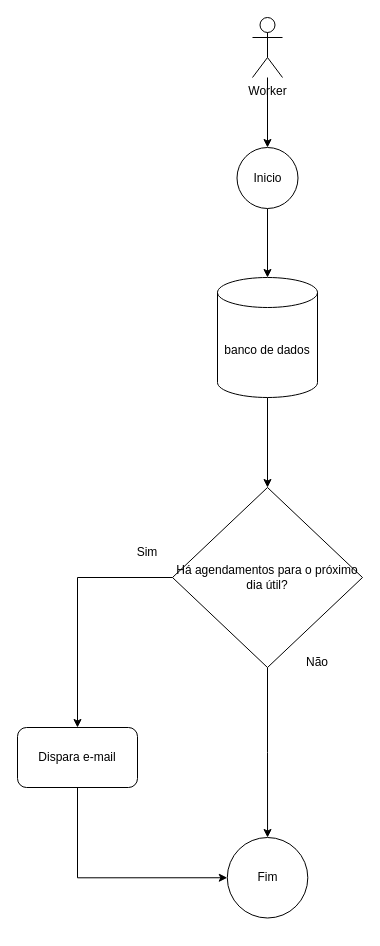
Above: Diagramas/Worker.drawio in ivofvilla/Hackaton.API (draw.io), before the change. Source tidied: cells renumbered, new cells numbered last; positions are measured from the earlier drawing's top-left corner, leaving out a move shared by most shapes. Both pictures are drawn from the tidied source at 100%, with x=0, y=0 at pixel (17, 17).
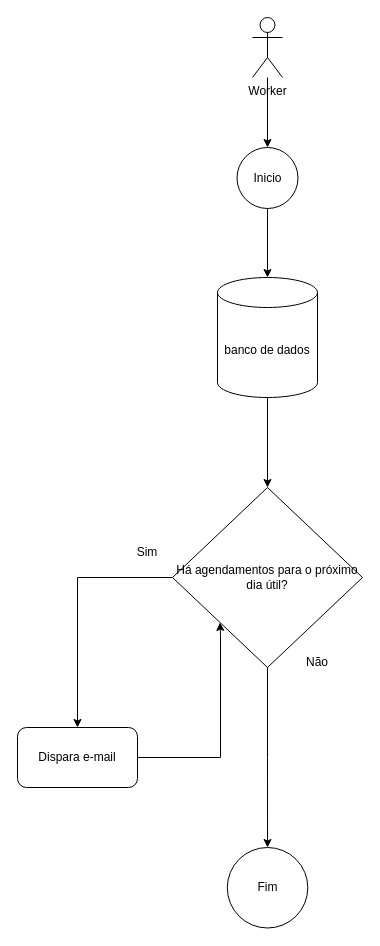
The same diagram, later.

Change to the diagram source:
```diff
@@
 <mxGraphModel>
   <root>
     <mxCell id="0" />
     <mxCell id="1" parent="0" />
     <mxCell id="2" style="edgeStyle=orthogonalEdgeStyle;rounded=0;jettySize=auto;html=1;" parent="1" edge="1" source="3" target="12">
       <mxGeometry relative="1" as="geometry" />
     </mxCell>
     <mxCell id="3" value="Worker" style="shape=umlActor;verticalLabelPosition=bottom;verticalAlign=top;html=1;outlineConnect=0;" parent="1" vertex="1">
       <mxGeometry x="235" width="30" height="60" as="geometry" />
     </mxCell>
     <mxCell id="4" style="edgeStyle=orthogonalEdgeStyle;rounded=0;jettySize=auto;html=1;" parent="1" edge="1" source="5" target="8">
       <mxGeometry relative="1" as="geometry" />
     </mxCell>
     <mxCell id="5" value="banco de dados" style="shape=cylinder3;whiteSpace=wrap;html=1;boundedLbl=1;backgroundOutline=1;size=15;" parent="1" vertex="1">
       <mxGeometry x="200" y="260" width="100" height="120" as="geometry" />
     </mxCell>
     <mxCell id="6" style="edgeStyle=orthogonalEdgeStyle;rounded=0;jettySize=auto;html=1;" parent="1" edge="1" source="8" target="10">
       <mxGeometry relative="1" as="geometry" />
     </mxCell>
     <mxCell id="7" style="edgeStyle=orthogonalEdgeStyle;rounded=0;jettySize=auto;html=1;" parent="1" edge="1" source="8" target="13">
       <mxGeometry relative="1" as="geometry" />
     </mxCell>
     <mxCell id="8" value="Há agendamentos para o próximo dia útil?" style="rhombus;whiteSpace=wrap;html=1;" parent="1" vertex="1">
       <mxGeometry x="155" y="470" width="190" height="180" as="geometry" />
     </mxCell>
-    <mxCell id="9" style="edgeStyle=orthogonalEdgeStyle;rounded=0;jettySize=auto;html=1;entryX=0;entryY=0.5;entryDx=0;entryDy=0;" parent="1" edge="1" source="10" target="13">
+    <mxCell id="9" style="edgeStyle=orthogonalEdgeStyle;rounded=0;jettySize=auto;html=1;entryX=0;entryY=1;entryDx=0;entryDy=0;" parent="1" edge="1" source="10" target="8">
       <mxGeometry relative="1" as="geometry">
         <Array as="points">
-          <mxPoint x="60" y="860" />
+          <mxPoint x="203" y="740" />
+          <mxPoint x="203" y="618" />
         </Array>
       </mxGeometry>
     </mxCell>
     <mxCell id="10" value="Dispara e-mail" style="rounded=1;whiteSpace=wrap;html=1;" parent="1" vertex="1">
       <mxGeometry y="710" width="120" height="60" as="geometry" />
     </mxCell>
     <mxCell id="11" style="edgeStyle=orthogonalEdgeStyle;rounded=0;jettySize=auto;html=1;" parent="1" edge="1" source="12" target="5">
       <mxGeometry relative="1" as="geometry" />
     </mxCell>
     <mxCell id="12" value="Inicio" style="ellipse;whiteSpace=wrap;html=1;" parent="1" vertex="1">
       <mxGeometry x="219.5" y="130" width="61" height="61" as="geometry" />
     </mxCell>
     <mxCell id="13" value="Fim" style="ellipse;whiteSpace=wrap;html=1;" parent="1" vertex="1">
-      <mxGeometry x="209.8" y="820" width="80.5" height="80.5" as="geometry" />
+      <mxGeometry x="209.8" y="830" width="80.5" height="80.5" as="geometry" />
     </mxCell>
     <mxCell id="14" value="Não" style="text;html=1;align=center;verticalAlign=middle;whiteSpace=wrap;rounded=0;" parent="1" vertex="1">
       <mxGeometry x="270" y="630" width="60" height="30" as="geometry" />
     </mxCell>
     <mxCell id="15" value="Sim" style="text;html=1;align=center;verticalAlign=middle;whiteSpace=wrap;rounded=0;" parent="1" vertex="1">
       <mxGeometry x="100" y="520" width="60" height="30" as="geometry" />
     </mxCell>
   </root>
 </mxGraphModel>
```
